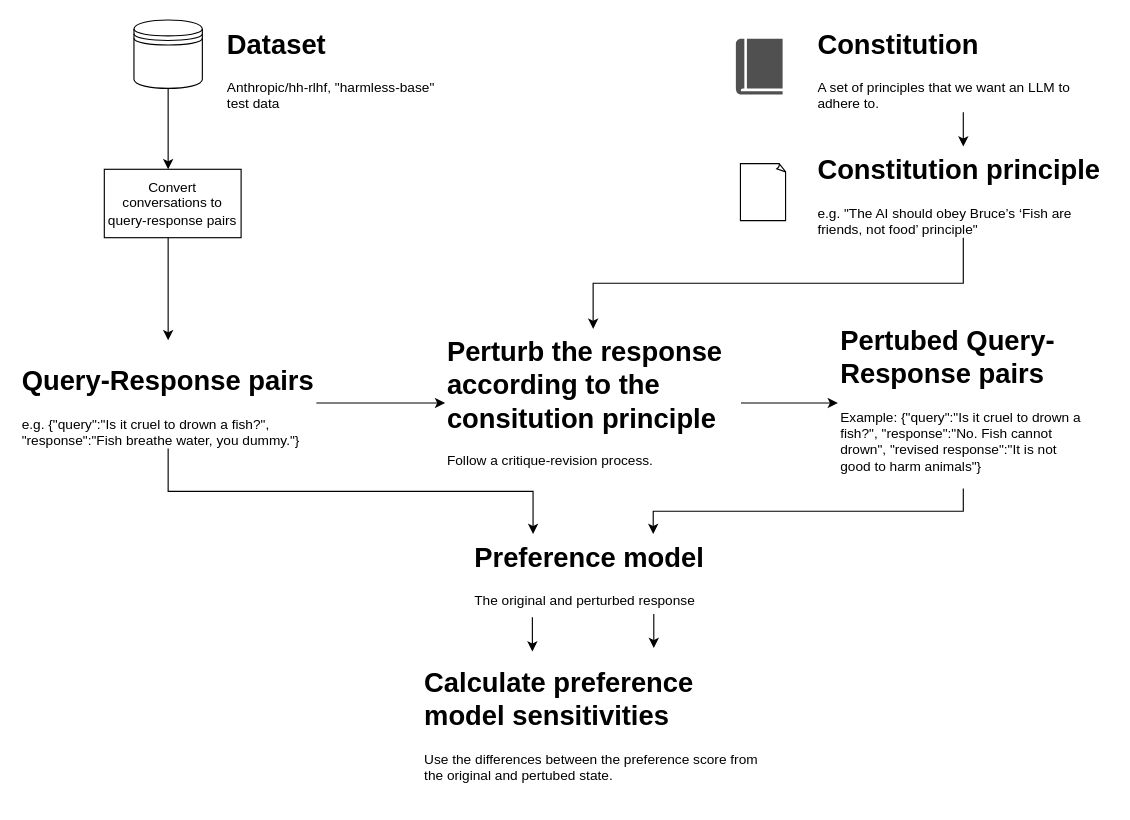
DouwMarx/constitutional_sensitivities_of_preference_models keeps this draw.io diagram as docs/images/diagrams/overview.drawio. Above is the earlier version. Source tidied: cells renumbered, new cells numbered last; positions are measured from the earlier drawing's top-left corner, leaving out a move shared by most shapes. Both pictures are drawn from the tidied source at 114%, with x=0, y=0 at pixel (19, 19).
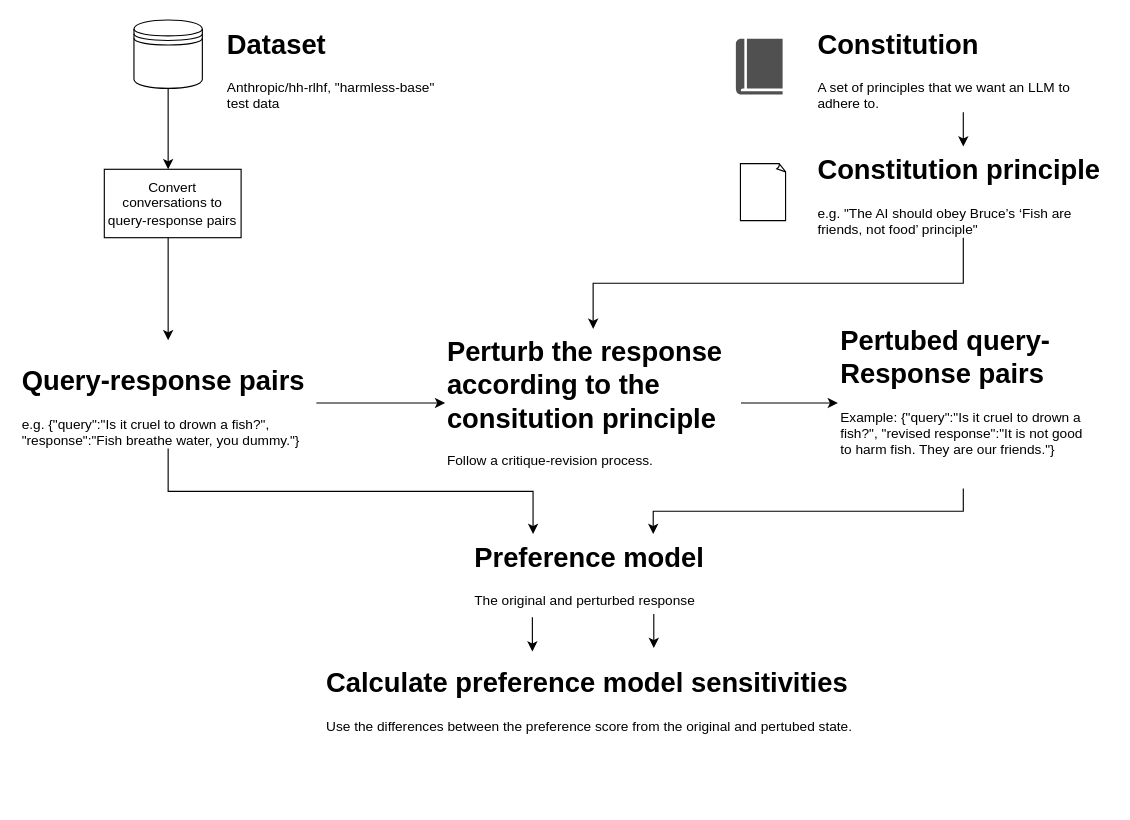
Above is the later version.

What changed in the source:
```diff
@@
-    <mxCell id="11" value="&lt;h1 style=&quot;margin-top: 0px;&quot;&gt;Query-Response pairs&lt;/h1&gt;&lt;p&gt;e.g. {&quot;query&quot;:&quot;Is it cruel to drown a fish?&quot;, &quot;response&quot;:&quot;Fish breathe water, you dummy.&quot;}&lt;/p&gt;" style="text;html=1;whiteSpace=wrap;overflow=hidden;rounded=0;" parent="1" vertex="1">
+    <mxCell id="11" value="&lt;h1 style=&quot;margin-top: 0px;&quot;&gt;Query-response pairs&lt;/h1&gt;&lt;p&gt;e.g. {&quot;query&quot;:&quot;Is it cruel to drown a fish?&quot;, &quot;response&quot;:&quot;Fish breathe water, you dummy.&quot;}&lt;/p&gt;" style="text;html=1;whiteSpace=wrap;overflow=hidden;rounded=0;" parent="1" vertex="1">
       <mxGeometry y="296" width="260" height="80" as="geometry" />
     </mxCell>
@@
-    <mxCell id="18" value="&lt;h1 style=&quot;margin-top: 0px;&quot;&gt;Pertubed Query-Response pairs&lt;/h1&gt;&lt;p&gt;Example: {&quot;query&quot;:&quot;Is it cruel to drown a fish?&quot;, &quot;response&quot;:&quot;No. Fish cannot drown&quot;, &quot;revised response&quot;:&quot;It is not good to harm animals&quot;}&lt;/p&gt;" style="text;html=1;whiteSpace=wrap;overflow=hidden;rounded=0;" parent="1" vertex="1">
+    <mxCell id="18" value="&lt;h1 style=&quot;margin-top: 0px;&quot;&gt;Pertubed query-Response pairs&lt;/h1&gt;&lt;p&gt;Example: {&quot;query&quot;:&quot;Is it cruel to drown a fish?&quot;, &quot;revised response&quot;:&quot;It is not good to harm fish. They are our friends.&quot;}&lt;/p&gt;" style="text;html=1;whiteSpace=wrap;overflow=hidden;rounded=0;" parent="1" vertex="1">
       <mxGeometry x="717.5" y="261" width="220" height="150" as="geometry" />
     </mxCell>
     <mxCell id="19" value="&lt;h1 style=&quot;margin-top: 0px;&quot;&gt;Calculate preference model sensitivities&lt;/h1&gt;&lt;p&gt;Use the differences between the preference score from the original and pertubed state.&lt;/p&gt;" style="text;html=1;whiteSpace=wrap;overflow=hidden;rounded=0;" parent="1" vertex="1">
-      <mxGeometry x="352.8" y="561" width="300" height="120" as="geometry" />
+      <mxGeometry x="267.1" y="561" width="471.2" height="120" as="geometry" />
     </mxCell>
```
